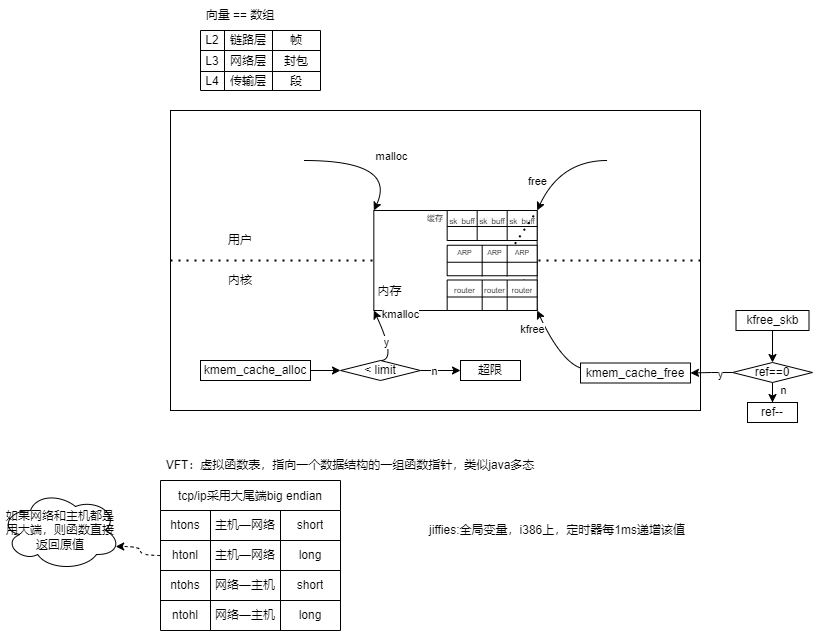
The draw.io diagram 深入理解Linux网络/简介.drawio.png in nayitian/drawio, before a commit. Source tidied: cells renumbered, new cells last; positions are measured from the earlier drawing's top-left corner, leaving out a move shared by most shapes.
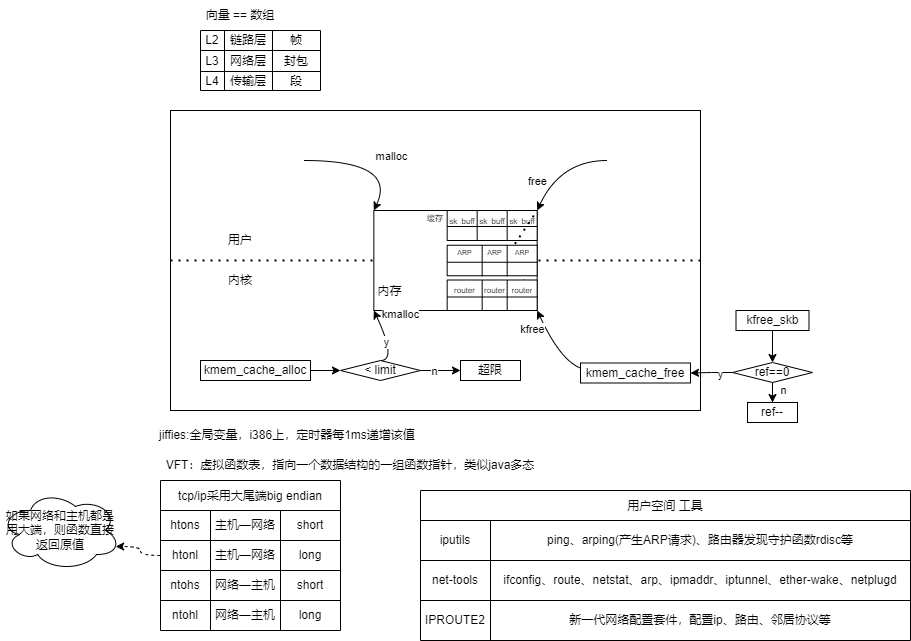
The same file after the commit.

Diff of the diagram source:
```diff
@@ -236,6 +236,9 @@
     <mxCell id="68" style="shape=partialRectangle;html=1;whiteSpace=wrap;strokeColor=inherit;overflow=hidden;fillColor=none;top=0;left=0;bottom=0;right=0;" parent="65" vertex="1">
       <mxGeometry x="60" width="30" height="14" as="geometry" />
     </mxCell>
+    <mxCell id="97" value="jiffies:全局变量，i386上，定时器每1ms递增该值" style="text;html=1;align=left;verticalAlign=middle;whiteSpace=wrap;rounded=0;" parent="16" vertex="1">
+      <mxGeometry x="-53.3" y="310" width="273.3" height="30" as="geometry" />
+    </mxCell>
     <mxCell id="69" value="ref--" style="rounded=0;whiteSpace=wrap;html=1;" parent="1" vertex="1">
       <mxGeometry x="747" y="402" width="50" height="20" as="geometry" />
     </mxCell>
@@ -322,8 +325,35 @@
     <mxCell id="96" style="edgeStyle=orthogonalEdgeStyle;rounded=0;jettySize=auto;html=1;entryX=0.96;entryY=0.7;entryDx=0;entryDy=0;entryPerimeter=0;curved=1;dashed=1;" parent="1" edge="1" source="83" target="95">
       <mxGeometry relative="1" as="geometry" />
     </mxCell>
-    <mxCell id="97" value="jiffies:全局变量，i386上，定时器每1ms递增该值" style="text;html=1;align=center;verticalAlign=middle;whiteSpace=wrap;rounded=0;" parent="1" vertex="1">
-      <mxGeometry x="367" y="515" width="380" height="30" as="geometry" />
-    </mxCell>
+    <mxCell id="98" value="用户空间 工具" style="shape=table;startSize=30;" parent="1" vertex="1">
+      <mxGeometry x="420" y="490" width="490" height="150" as="geometry" />
+    </mxCell>
+    <mxCell id="99" style="shape=tableRow;horizontal=0;startSize=0;swimlaneHead=0;swimlaneBody=0;strokeColor=inherit;top=0;left=0;bottom=0;right=0;fillColor=none;" parent="98" vertex="1">
+      <mxGeometry y="30" width="490" height="40" as="geometry" />
+    </mxCell>
+    <mxCell id="100" value="iputils" style="shape=partialRectangle;html=1;whiteSpace=wrap;strokeColor=inherit;overflow=hidden;fillColor=none;top=0;left=0;bottom=0;right=0;" parent="99" vertex="1">
+      <mxGeometry width="70" height="40" as="geometry" />
+    </mxCell>
+    <mxCell id="101" value="ping、arping(产生ARP请求)、路由器发现守护函数rdisc等" style="shape=partialRectangle;html=1;whiteSpace=wrap;strokeColor=inherit;overflow=hidden;fillColor=none;top=0;left=0;bottom=0;right=0;" parent="99" vertex="1">
+      <mxGeometry x="70" width="420" height="40" as="geometry" />
+    </mxCell>
+    <mxCell id="102" style="shape=tableRow;horizontal=0;startSize=0;swimlaneHead=0;swimlaneBody=0;strokeColor=inherit;top=0;left=0;bottom=0;right=0;fillColor=none;" parent="98" vertex="1">
+      <mxGeometry y="70" width="490" height="40" as="geometry" />
+    </mxCell>
+    <mxCell id="103" value="net-tools" style="shape=partialRectangle;html=1;whiteSpace=wrap;strokeColor=inherit;overflow=hidden;fillColor=none;top=0;left=0;bottom=0;right=0;" parent="102" vertex="1">
+      <mxGeometry width="70" height="40" as="geometry" />
+    </mxCell>
+    <mxCell id="104" value="ifconfig、route、netstat、arp、ipmaddr、iptunnel、ether-wake、netplugd" style="shape=partialRectangle;html=1;whiteSpace=wrap;strokeColor=inherit;overflow=hidden;fillColor=none;top=0;left=0;bottom=0;right=0;" parent="102" vertex="1">
+      <mxGeometry x="70" width="420" height="40" as="geometry" />
+    </mxCell>
+    <mxCell id="105" style="shape=tableRow;horizontal=0;startSize=0;swimlaneHead=0;swimlaneBody=0;strokeColor=inherit;top=0;left=0;bottom=0;right=0;fillColor=none;" parent="98" vertex="1">
+      <mxGeometry y="110" width="490" height="40" as="geometry" />
+    </mxCell>
+    <mxCell id="106" value="IPROUTE2" style="shape=partialRectangle;html=1;whiteSpace=wrap;strokeColor=inherit;overflow=hidden;fillColor=none;top=0;left=0;bottom=0;right=0;" parent="105" vertex="1">
+      <mxGeometry width="70" height="40" as="geometry" />
+    </mxCell>
+    <mxCell id="107" value="新一代网络配置套件，配置ip、路由、邻居协议等" style="shape=partialRectangle;html=1;whiteSpace=wrap;strokeColor=inherit;overflow=hidden;fillColor=none;top=0;left=0;bottom=0;right=0;" parent="105" vertex="1">
+      <mxGeometry x="70" width="420" height="40" as="geometry" />
+    </mxCell>
   </root>
 </mxGraphModel>
```
